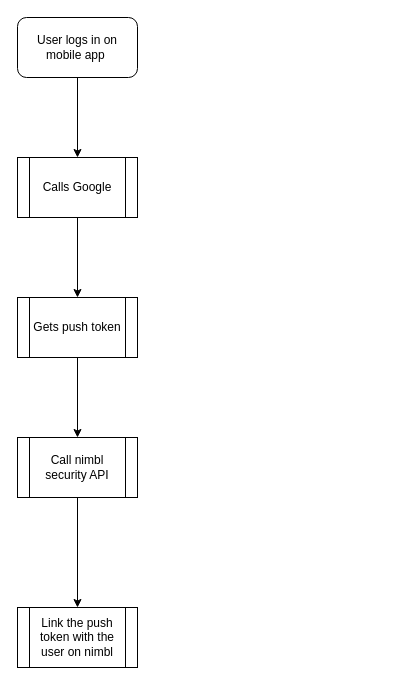
Before: CaxtonPushNotifications.drawio in mattwatts36/drawings, a draw.io diagram. Source tidied: cells renumbered, new cells numbered last; positions are measured from the earlier drawing's top-left corner, leaving out a move shared by most shapes. Both pictures are drawn from the tidied source at 100%, with x=0, y=0 at pixel (17, 17).
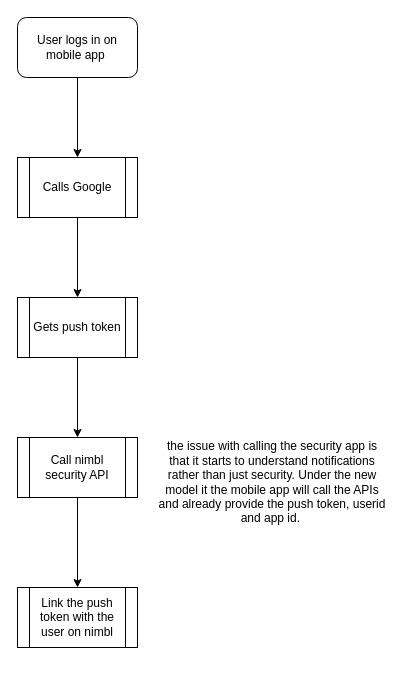
Above is the later version.

Commit message:
added details on new API

What changed in the source:
```diff
@@
 <mxGraphModel>
   <root>
     <mxCell id="0" />
     <mxCell id="1" parent="0" />
     <mxCell id="2" style="edgeStyle=orthogonalEdgeStyle;rounded=0;jettySize=auto;html=1;" parent="1" edge="1" source="3" target="5">
       <mxGeometry relative="1" as="geometry" />
     </mxCell>
     <mxCell id="3" value="User logs in on mobile app&amp;nbsp;" style="rounded=1;whiteSpace=wrap;html=1;" parent="1" vertex="1">
       <mxGeometry width="120" height="60" as="geometry" />
     </mxCell>
     <mxCell id="4" style="edgeStyle=orthogonalEdgeStyle;rounded=0;jettySize=auto;html=1;" parent="1" edge="1" source="5" target="7">
       <mxGeometry relative="1" as="geometry" />
     </mxCell>
     <mxCell id="5" value="Calls Google" style="shape=process;whiteSpace=wrap;html=1;backgroundOutline=1;" parent="1" vertex="1">
       <mxGeometry y="140" width="120" height="60" as="geometry" />
     </mxCell>
     <mxCell id="6" style="edgeStyle=orthogonalEdgeStyle;rounded=0;jettySize=auto;html=1;" parent="1" edge="1" source="7" target="9">
       <mxGeometry relative="1" as="geometry" />
     </mxCell>
     <mxCell id="7" value="Gets push token" style="shape=process;whiteSpace=wrap;html=1;backgroundOutline=1;" parent="1" vertex="1">
       <mxGeometry y="280" width="120" height="60" as="geometry" />
     </mxCell>
     <mxCell id="8" style="edgeStyle=orthogonalEdgeStyle;rounded=0;jettySize=auto;html=1;entryX=0.5;entryY=0;entryDx=0;entryDy=0;" parent="1" edge="1" source="9" target="10">
       <mxGeometry relative="1" as="geometry" />
     </mxCell>
     <mxCell id="9" value="Call nimbl security API" style="shape=process;whiteSpace=wrap;html=1;backgroundOutline=1;" parent="1" vertex="1">
       <mxGeometry y="420" width="120" height="60" as="geometry" />
     </mxCell>
     <mxCell id="10" value="Link the push token with the user on nimbl" style="shape=process;whiteSpace=wrap;html=1;backgroundOutline=1;" parent="1" vertex="1">
-      <mxGeometry y="590" width="120" height="60" as="geometry" />
+      <mxGeometry y="570" width="120" height="60" as="geometry" />
     </mxCell>
+    <mxCell id="11" value="the issue with calling the security app is that it starts to understand notifications rather than just security. Under the new model it the mobile app will call the APIs and already provide the push token, userid and app id.&amp;nbsp;" style="text;html=1;strokeColor=none;fillColor=none;align=center;verticalAlign=middle;whiteSpace=wrap;rounded=0;" parent="1" vertex="1">
+      <mxGeometry x="140" y="430" width="230" height="70" as="geometry" />
+    </mxCell>
   </root>
 </mxGraphModel>
```
